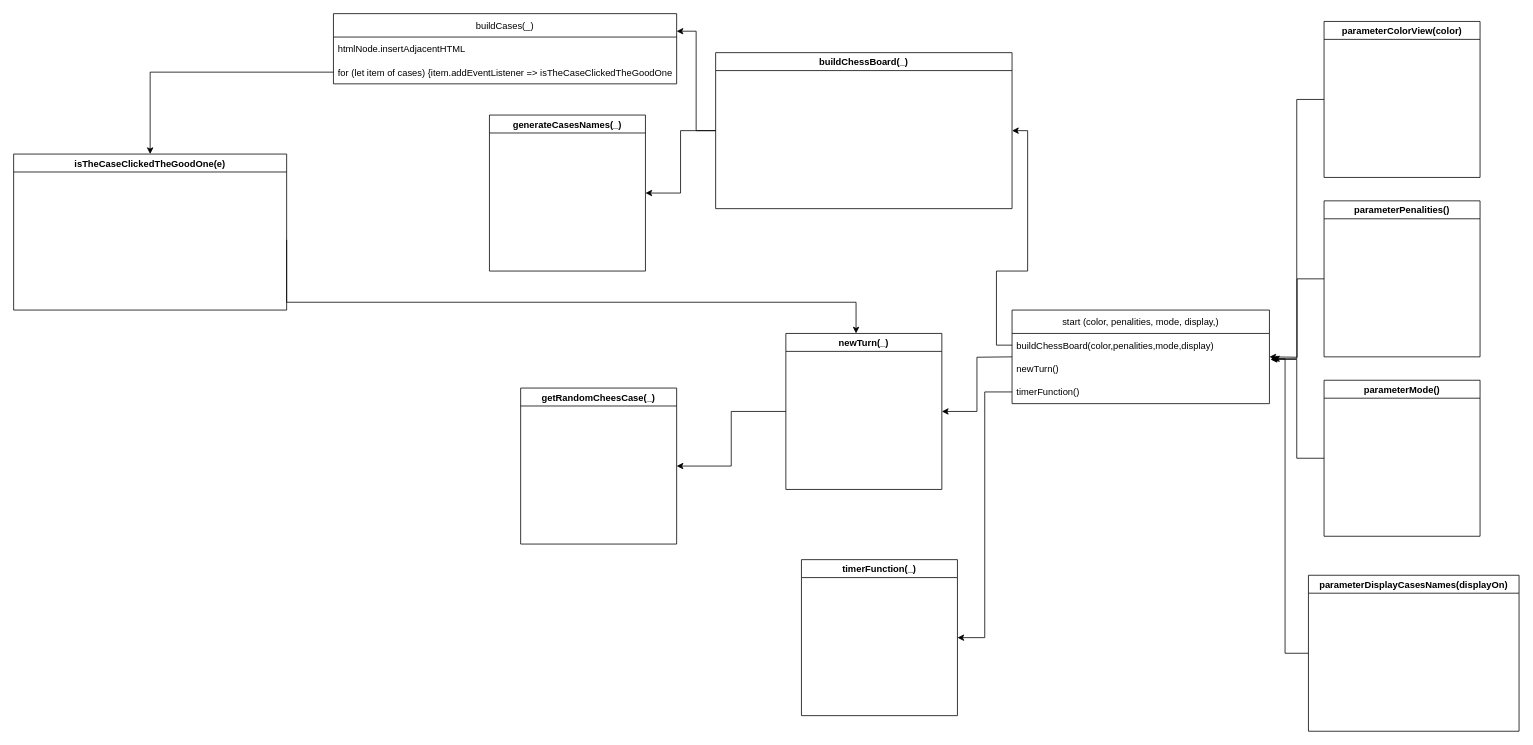
Above: Untitled Diagram.drawio in LouisMaupas/chessCoordinateReverse (draw.io), before the change. Source tidied: cells renumbered, new cells numbered last; positions are measured from the earlier drawing's top-left corner, leaving out a move shared by most shapes. Both pictures are drawn from the tidied source at 78%, with x=0, y=0 at pixel (13, 13).
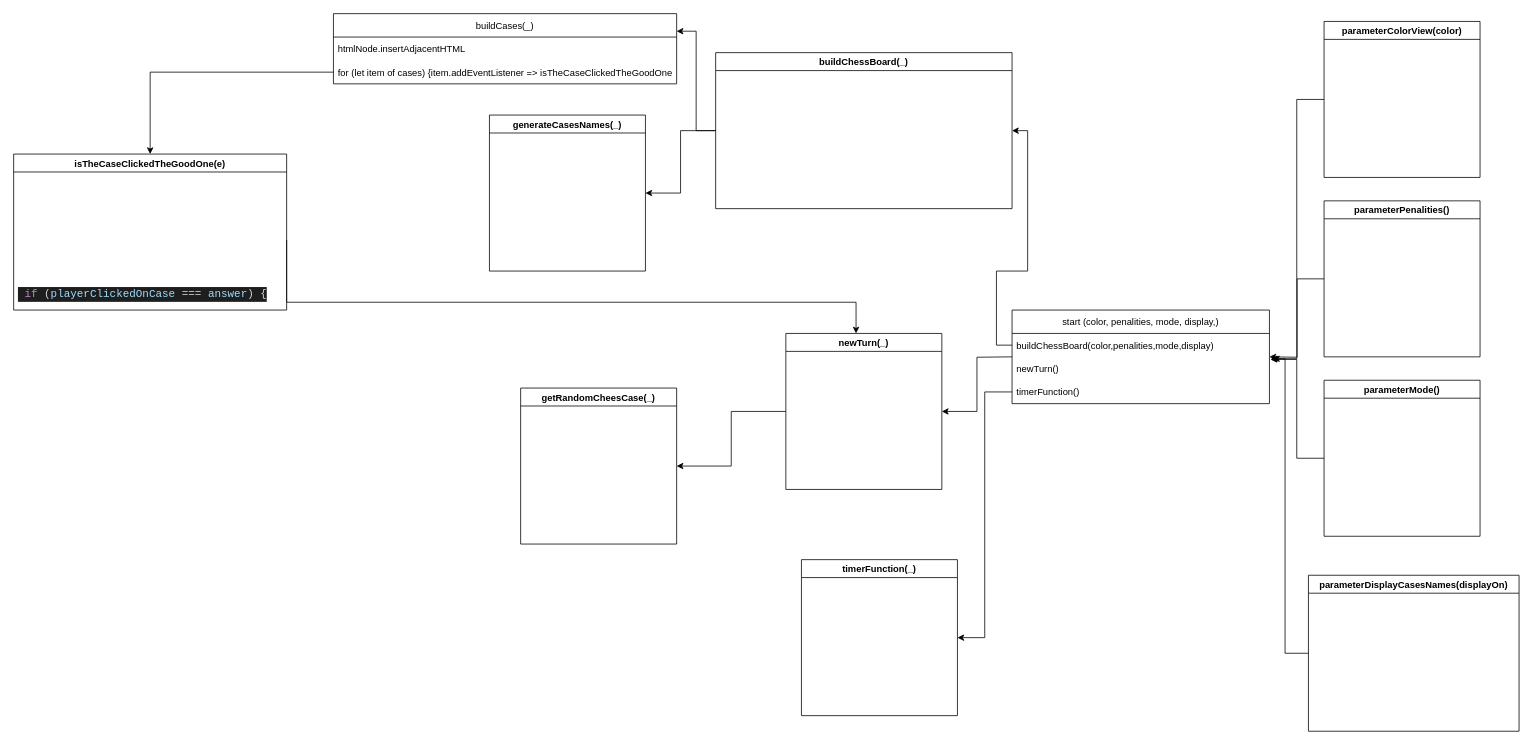
The same diagram, later.

Unchanged cells that the change refers to:
```xml
<mxCell id="10" value="isTheCaseClickedTheGoodOne(e)" style="swimlane;" parent="1" vertex="1">
  <mxGeometry y="180" width="350" height="200" as="geometry" />
</mxCell>
```

Change to the diagram source:
```diff
@@
+    <mxCell id="31" value="&lt;div style=&quot;color: rgb(212 , 212 , 212) ; background-color: rgb(30 , 30 , 30) ; font-family: &amp;#34;consolas&amp;#34; , &amp;#34;courier new&amp;#34; , monospace ; font-size: 14px ; line-height: 19px&quot;&gt;&amp;nbsp;&lt;span style=&quot;color: #c586c0&quot;&gt;if&lt;/span&gt; (&lt;span style=&quot;color: #9cdcfe&quot;&gt;playerClickedOnCase&lt;/span&gt; === &lt;span style=&quot;color: #9cdcfe&quot;&gt;answer&lt;/span&gt;) {&lt;/div&gt;" style="text;html=1;align=center;verticalAlign=middle;strokeColor=none;fillColor=none;" parent="10" vertex="1">
+      <mxGeometry x="10" y="170" width="310" height="20" as="geometry" />
+    </mxCell>
```
